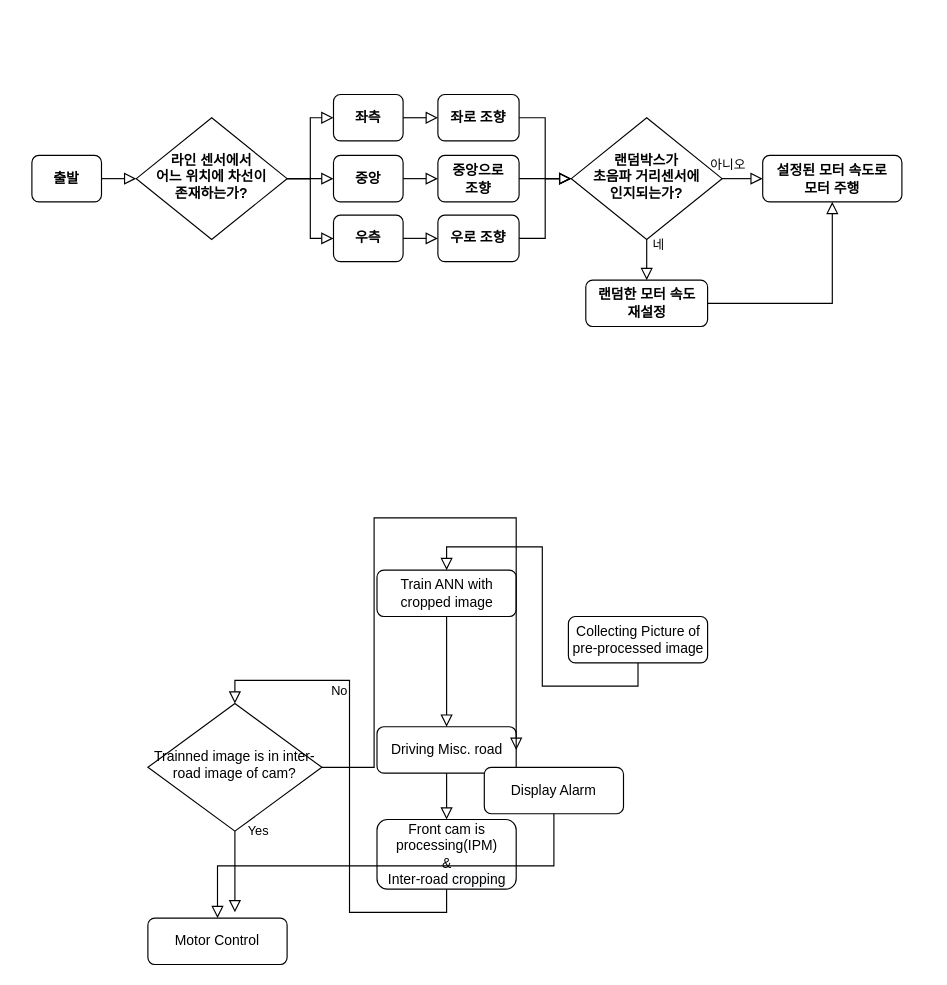
Before: LineTracingCar_flowchart.drawio in kjw8118/LineTracing_SOGANG, a draw.io diagram. Source tidied: cells renumbered, new cells numbered last; positions are measured from the earlier drawing's top-left corner, leaving out a move shared by most shapes. Both pictures are drawn from the tidied source at 116%, with x=0, y=0 at pixel (31, 94).
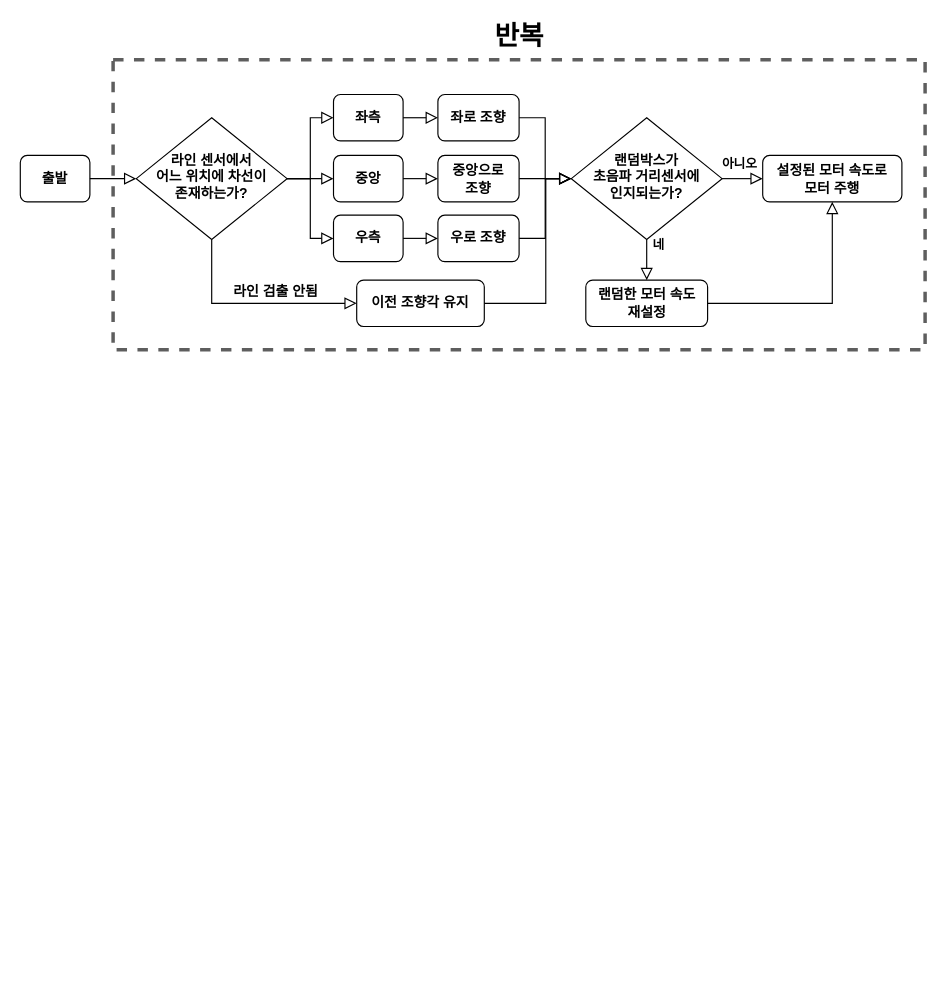
After the change.

The change refers to these unchanged cells:
```xml
<mxCell id="18" value="라인 센서에서&lt;br&gt;어느 위치에 차선이&lt;br&gt;존재하는가?" style="rhombus;whiteSpace=wrap;html=1;shadow=0;fontFamily=Helvetica;fontSize=12;align=center;strokeWidth=1;spacing=6;spacingTop=-4;fontStyle=1;" parent="1" vertex="1">
  <mxGeometry x="90" y="20" width="130" height="105" as="geometry" />
</mxCell>
<mxCell id="31" value="랜덤박스가&lt;br&gt;초음파 거리센서에&lt;br&gt;인지되는가?" style="rhombus;whiteSpace=wrap;html=1;shadow=0;fontFamily=Helvetica;fontSize=12;align=center;strokeWidth=1;spacing=6;spacingTop=-4;fontStyle=1;" parent="1" vertex="1">
  <mxGeometry x="465" y="20" width="130" height="105" as="geometry" />
</mxCell>
<mxCell id="36" value="랜덤한 모터 속도&lt;br&gt;재설정" style="rounded=1;whiteSpace=wrap;html=1;fontSize=12;glass=0;strokeWidth=1;shadow=0;fontStyle=1;" parent="1" vertex="1">
  <mxGeometry x="477.5" y="160" width="105" height="40" as="geometry" />
</mxCell>
<mxCell id="37" value="설정된 모터 속도로&lt;br&gt;모터 주행" style="rounded=1;whiteSpace=wrap;html=1;fontSize=12;glass=0;strokeWidth=1;shadow=0;fontStyle=1;" parent="1" vertex="1">
  <mxGeometry x="630" y="52.5" width="120" height="40" as="geometry" />
</mxCell>
```

Change to the diagram source:
```diff
@@
+    <mxCell id="40" style="rounded=0;whiteSpace=wrap;html=1;fillColor=none;dashed=1;strokeWidth=3;strokeColor=#5E5E5E;" parent="1" vertex="1">
+      <mxGeometry x="70" y="-30" width="700" height="250" as="geometry" />
+    </mxCell>
     <mxCell id="2" value="출발" style="rounded=1;whiteSpace=wrap;html=1;fontSize=12;glass=0;strokeWidth=1;shadow=0;fontStyle=1;" parent="1" vertex="1">
-      <mxGeometry y="52.5" width="60" height="40" as="geometry" />
+      <mxGeometry x="-10" y="52.5" width="60" height="40" as="geometry" />
     </mxCell>
@@
-    <mxCell id="4" value="Collecting Picture of pre-processed image" style="rounded=1;whiteSpace=wrap;html=1;fontSize=12;glass=0;strokeWidth=1;shadow=0;" parent="1" vertex="1">
-      <mxGeometry x="462.5" y="450" width="120" height="40" as="geometry" />
-    </mxCell>
-    <mxCell id="5" value="Train ANN with cropped image" style="rounded=1;whiteSpace=wrap;html=1;fontSize=12;glass=0;strokeWidth=1;shadow=0;" parent="1" vertex="1">
-      <mxGeometry x="297.5" y="410" width="120" height="40" as="geometry" />
-    </mxCell>
-    <mxCell id="6" style="rounded=0;html=1;jettySize=auto;fontSize=11;endArrow=block;endFill=0;endSize=8;strokeWidth=1;shadow=0;labelBackgroundColor=none;edgeStyle=orthogonalEdgeStyle;exitX=0.5;exitY=1;exitDx=0;exitDy=0;entryX=0.5;entryY=0;entryDx=0;entryDy=0;" parent="1" edge="1" source="4" target="5">
-      <mxGeometry relative="1" as="geometry" />
-    </mxCell>
-    <mxCell id="7" value="Driving Misc. road" style="rounded=1;whiteSpace=wrap;html=1;fontSize=12;glass=0;strokeWidth=1;shadow=0;" parent="1" vertex="1">
-      <mxGeometry x="297.5" y="545" width="120" height="40" as="geometry" />
-    </mxCell>
-    <mxCell id="8" style="rounded=0;html=1;jettySize=auto;fontSize=11;endArrow=block;endFill=0;endSize=8;strokeWidth=1;shadow=0;labelBackgroundColor=none;edgeStyle=orthogonalEdgeStyle;exitX=0.5;exitY=1;exitDx=0;exitDy=0;entryX=0.5;entryY=0;entryDx=0;entryDy=0;" parent="1" edge="1" source="5" target="7">
-      <mxGeometry relative="1" as="geometry" />
-    </mxCell>
-    <mxCell id="9" value="Front cam is processing(IPM)&lt;br&gt;&amp;amp;&lt;br&gt;Inter-road &lt;span style=&quot;display: inline ; float: none ; background-color: rgb(248 , 249 , 250) ; color: rgb(0 , 0 , 0) ; font-family: &amp;#34;helvetica&amp;#34; ; font-size: 12px ; font-style: normal ; font-variant: normal ; font-weight: normal ; letter-spacing: normal ; line-height: 1.2 ; overflow-wrap: normal ; text-align: center ; text-decoration: none ; text-indent: 0px ; text-transform: none ; white-space: normal ; word-spacing: 0px&quot;&gt;cropping&lt;/span&gt;" style="rounded=1;whiteSpace=wrap;html=1;fontSize=12;glass=0;strokeWidth=1;shadow=0;" parent="1" vertex="1">
-      <mxGeometry x="297.5" y="625" width="120" height="60" as="geometry" />
-    </mxCell>
-    <mxCell id="10" value="Trainned image is in inter-road image of cam?" style="rhombus;whiteSpace=wrap;html=1;shadow=0;fontFamily=Helvetica;fontSize=12;align=center;strokeWidth=1;spacing=6;spacingTop=-4;" parent="1" vertex="1">
-      <mxGeometry x="100" y="525" width="150" height="110" as="geometry" />
-    </mxCell>
-    <mxCell id="11" style="rounded=0;html=1;jettySize=auto;fontSize=11;endArrow=block;endFill=0;endSize=8;strokeWidth=1;shadow=0;labelBackgroundColor=none;edgeStyle=orthogonalEdgeStyle;exitX=0.5;exitY=1;exitDx=0;exitDy=0;entryX=0.5;entryY=0;entryDx=0;entryDy=0;" parent="1" edge="1" source="7" target="9">
-      <mxGeometry relative="1" as="geometry" />
-    </mxCell>
-    <mxCell id="12" style="rounded=0;html=1;jettySize=auto;fontSize=11;endArrow=block;endFill=0;endSize=8;strokeWidth=1;shadow=0;labelBackgroundColor=none;edgeStyle=orthogonalEdgeStyle;exitX=0.5;exitY=1;exitDx=0;exitDy=0;entryX=0.5;entryY=0;entryDx=0;entryDy=0;" parent="1" edge="1" source="9" target="10">
-      <mxGeometry relative="1" as="geometry" />
-    </mxCell>
-    <mxCell id="13" value="Yes" style="edgeStyle=orthogonalEdgeStyle;rounded=0;html=1;jettySize=auto;fontSize=11;endArrow=block;endFill=0;endSize=8;strokeWidth=1;shadow=0;labelBackgroundColor=none;exitX=0.5;exitY=1;exitDx=0;exitDy=0;entryX=0.5;entryY=0;entryDx=0;entryDy=0;" parent="1" edge="1" source="10">
-      <mxGeometry x="-1" y="20" relative="1" as="geometry">
-        <mxPoint x="175" y="705" as="targetPoint" />
-      </mxGeometry>
-    </mxCell>
-    <mxCell id="14" value="No" style="rounded=0;html=1;jettySize=auto;fontSize=11;endArrow=block;endFill=0;endSize=8;strokeWidth=1;shadow=0;labelBackgroundColor=none;edgeStyle=orthogonalEdgeStyle;exitX=1;exitY=0.5;exitDx=0;exitDy=0;entryX=1;entryY=0.5;entryDx=0;entryDy=0;" parent="1" edge="1" source="10" target="7">
-      <mxGeometry x="-0.62" y="30" relative="1" as="geometry">
-        <Array as="points">
-          <mxPoint x="295" y="580" />
-          <mxPoint x="295" y="365" />
-        </Array>
-      </mxGeometry>
-    </mxCell>
-    <mxCell id="15" value="Display Alarm" style="rounded=1;whiteSpace=wrap;html=1;fontSize=12;glass=0;strokeWidth=1;shadow=0;" parent="1" vertex="1">
-      <mxGeometry x="390" y="580" width="120" height="40" as="geometry" />
-    </mxCell>
-    <mxCell id="16" value="Motor Control" style="rounded=1;whiteSpace=wrap;html=1;fontSize=12;glass=0;strokeWidth=1;shadow=0;" parent="1" vertex="1">
-      <mxGeometry x="100" y="710" width="120" height="40" as="geometry" />
-    </mxCell>
-    <mxCell id="17" style="rounded=0;html=1;jettySize=auto;fontSize=11;endArrow=block;endFill=0;endSize=8;strokeWidth=1;shadow=0;labelBackgroundColor=none;edgeStyle=orthogonalEdgeStyle;exitX=0.5;exitY=1;exitDx=0;exitDy=0;entryX=0.5;entryY=0;entryDx=0;entryDy=0;" parent="1" edge="1" source="15" target="16">
-      <mxGeometry relative="1" as="geometry" />
-    </mxCell>
@@
-    <mxCell id="35" value="네" style="edgeStyle=orthogonalEdgeStyle;rounded=0;html=1;jettySize=auto;fontSize=11;endArrow=block;endFill=0;endSize=8;strokeWidth=1;shadow=0;labelBackgroundColor=none;exitX=0.5;exitY=1;exitDx=0;exitDy=0;entryX=0.5;entryY=0;entryDx=0;entryDy=0;" parent="1" edge="1" source="31" target="36">
-      <mxGeometry x="-0.71" y="10" relative="1" as="geometry" />
+    <mxCell id="35" value="&lt;b&gt;네&lt;/b&gt;" style="edgeStyle=orthogonalEdgeStyle;rounded=0;html=1;jettySize=auto;fontSize=11;endArrow=block;endFill=0;endSize=8;strokeWidth=1;shadow=0;labelBackgroundColor=none;exitX=0.5;exitY=1;exitDx=0;exitDy=0;entryX=0.5;entryY=0;entryDx=0;entryDy=0;" parent="1" edge="1" source="31" target="36">
+      <mxGeometry x="-0.72" y="10" relative="1" as="geometry" />
     </mxCell>
@@
-    <mxCell id="38" value="아니오" style="rounded=0;html=1;jettySize=auto;fontSize=11;endArrow=block;endFill=0;endSize=8;strokeWidth=1;shadow=0;labelBackgroundColor=none;edgeStyle=orthogonalEdgeStyle;exitX=1;exitY=0.5;exitDx=0;exitDy=0;entryX=0;entryY=0.5;entryDx=0;entryDy=0;" parent="1" edge="1" source="31" target="37">
-      <mxGeometry x="-0.72" y="12" relative="1" as="geometry" />
+    <mxCell id="38" value="&lt;b&gt;아니오&lt;/b&gt;" style="rounded=0;html=1;jettySize=auto;fontSize=11;endArrow=block;endFill=0;endSize=8;strokeWidth=1;shadow=0;labelBackgroundColor=none;edgeStyle=orthogonalEdgeStyle;exitX=1;exitY=0.5;exitDx=0;exitDy=0;entryX=0;entryY=0.5;entryDx=0;entryDy=0;" parent="1" edge="1" source="31" target="37">
+      <mxGeometry x="-0.14" y="13" relative="1" as="geometry" />
     </mxCell>
@@
+    <mxCell id="41" value="이전 조향각 유지" style="rounded=1;whiteSpace=wrap;html=1;fontSize=12;glass=0;strokeWidth=1;shadow=0;fontStyle=1;" parent="1" vertex="1">
+      <mxGeometry x="280" y="160" width="110" height="40" as="geometry" />
+    </mxCell>
+    <mxCell id="42" style="rounded=0;html=1;jettySize=auto;fontSize=11;endArrow=block;endFill=0;endSize=8;strokeWidth=1;shadow=0;labelBackgroundColor=none;edgeStyle=orthogonalEdgeStyle;exitX=0.5;exitY=1;exitDx=0;exitDy=0;entryX=0;entryY=0.5;entryDx=0;entryDy=0;" parent="1" edge="1" source="18" target="41">
+      <mxGeometry relative="1" as="geometry" />
+    </mxCell>
+    <mxCell id="43" style="rounded=0;html=1;jettySize=auto;fontSize=11;endArrow=block;endFill=0;endSize=8;strokeWidth=1;shadow=0;labelBackgroundColor=none;edgeStyle=orthogonalEdgeStyle;exitX=1;exitY=0.5;exitDx=0;exitDy=0;entryX=0;entryY=0.5;entryDx=0;entryDy=0;" parent="1" edge="1" source="41" target="31">
+      <mxGeometry relative="1" as="geometry">
+        <Array as="points">
+          <mxPoint x="443" y="180" />
+          <mxPoint x="443" y="73" />
+        </Array>
+      </mxGeometry>
+    </mxCell>
+    <mxCell id="44" value="&lt;b&gt;라인 검출 안됨&lt;br&gt;&lt;/b&gt;" style="text;html=1;align=center;verticalAlign=middle;" parent="1" vertex="1">
+      <mxGeometry x="160" y="160" width="100" height="20" as="geometry" />
+    </mxCell>
+    <mxCell id="45" value="&lt;b style=&quot;font-size: 23px&quot;&gt;&lt;font style=&quot;font-size: 23px&quot;&gt;반복&lt;/font&gt;&lt;br&gt;&lt;/b&gt;" style="text;html=1;align=center;verticalAlign=middle;" parent="1" vertex="1">
+      <mxGeometry x="390" y="-60" width="60" height="20" as="geometry" />
+    </mxCell>
```
